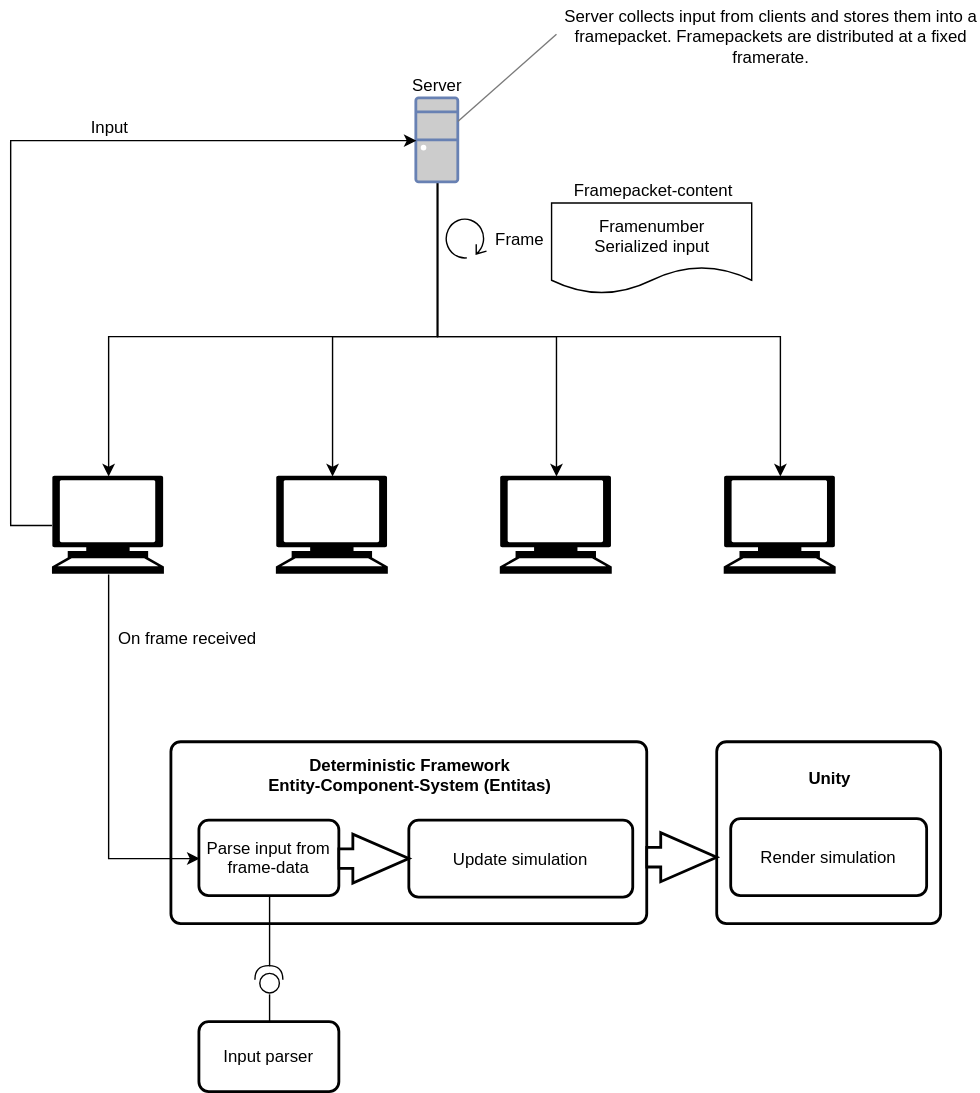
This is Docs/Overview.svg from proepkes/UnityLockstep, a draw.io export, as it was before one commit. Source tidied: cells renumbered, new cells last; positions are measured from the earlier drawing's top-left corner, leaving out a move shared by most shapes.
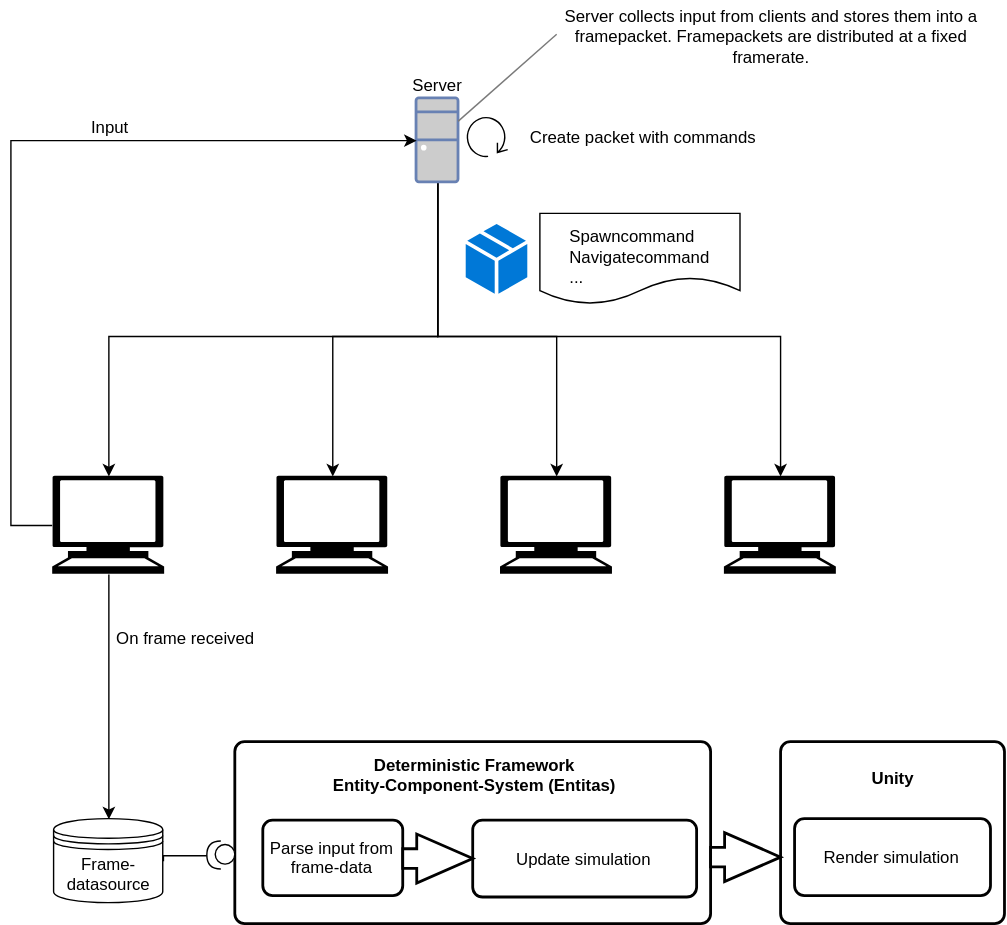
The same file after the commit.

What changed in the source:
```diff
@@ -57,73 +57,64 @@
     <mxCell id="11" style="shape=mxgraph.signs.tech.computer;html=1;fillColor=#000000;strokeColor=none;verticalLabelPosition=bottom;verticalAlign=top;align=center;" parent="1" vertex="1">
       <mxGeometry x="509.5" y="339.5" width="80" height="70" as="geometry" />
     </mxCell>
-    <mxCell id="12" value="Frame" style="text;html=1;strokeColor=none;fillColor=none;align=center;verticalAlign=middle;whiteSpace=wrap;rounded=0;" parent="1" vertex="1">
-      <mxGeometry x="340" y="159.5" width="46" height="20" as="geometry" />
+    <mxCell id="12" value="Create packet with commands" style="text;html=1;strokeColor=none;fillColor=none;align=center;verticalAlign=middle;whiteSpace=wrap;rounded=0;" parent="1" vertex="1">
+      <mxGeometry x="355" y="87" width="194" height="20" as="geometry" />
     </mxCell>
     <mxCell id="13" style="shape=mxgraph.bpmn.loop;html=1;flipH=1;" parent="1" vertex="1">
-      <mxGeometry x="310" y="154.5" width="30" height="30" as="geometry" />
+      <mxGeometry x="325" y="82" width="30" height="30" as="geometry" />
     </mxCell>
     <mxCell id="14" value="Server" style="text;html=1;strokeColor=none;fillColor=none;align=center;verticalAlign=middle;whiteSpace=wrap;rounded=0;" parent="1" vertex="1">
       <mxGeometry x="281.5" y="49.5" width="46" height="20" as="geometry" />
     </mxCell>
     <mxCell id="15" value="On frame received" style="text;html=1;strokeColor=none;fillColor=none;align=center;verticalAlign=middle;whiteSpace=wrap;rounded=0;" parent="1" vertex="1">
-      <mxGeometry x="69.5" y="444.5" width="113" height="20" as="geometry" />
+      <mxGeometry x="70" y="445" width="108" height="20" as="geometry" />
     </mxCell>
     <mxCell id="16" style="rounded=1;whiteSpace=wrap;html=1;absoluteArcSize=1;arcSize=14;strokeWidth=2;" parent="1" vertex="1">
-      <mxGeometry x="114.5" y="529.5" width="340" height="130" as="geometry" />
+      <mxGeometry x="160" y="529.5" width="340" height="130" as="geometry" />
     </mxCell>
-    <mxCell id="17" style="edgeStyle=orthogonalEdgeStyle;rounded=0;jumpStyle=arc;html=1;exitX=0.5;exitY=1;exitDx=0;exitDy=0;entryX=1;entryY=0.5;entryDx=0;entryDy=0;entryPerimeter=0;jettySize=auto;endArrow=none;endFill=0;" parent="1" edge="1" source="18" target="30">
-      <mxGeometry relative="1" as="geometry" />
-    </mxCell>
     <mxCell id="18" value="Parse input from frame-data" style="rounded=1;whiteSpace=wrap;html=1;absoluteArcSize=1;arcSize=14;strokeWidth=2;" parent="1" vertex="1">
-      <mxGeometry x="134.5" y="585.5" width="100" height="54" as="geometry" />
+      <mxGeometry x="180" y="585.5" width="100" height="54" as="geometry" />
     </mxCell>
     <mxCell id="19" value="Update simulation" style="rounded=1;whiteSpace=wrap;html=1;absoluteArcSize=1;arcSize=14;strokeWidth=2;" parent="1" vertex="1">
-      <mxGeometry x="284.5" y="585.5" width="160" height="55" as="geometry" />
+      <mxGeometry x="330" y="585.5" width="160" height="55" as="geometry" />
     </mxCell>
     <mxCell id="20" style="verticalLabelPosition=bottom;verticalAlign=top;html=1;strokeWidth=2;shape=mxgraph.arrows2.arrow;dy=0.6;dx=40;notch=0;" parent="1" vertex="1">
-      <mxGeometry x="234.5" y="595.5" width="50" height="35" as="geometry" />
+      <mxGeometry x="280" y="595.5" width="50" height="35" as="geometry" />
     </mxCell>
     <mxCell id="21" value="&lt;b&gt;Deterministic Framework&lt;br&gt;Entity-Component-System (Entitas)&lt;/b&gt;" style="text;html=1;strokeColor=none;fillColor=none;align=center;verticalAlign=middle;whiteSpace=wrap;rounded=0;" parent="1" vertex="1">
-      <mxGeometry x="115" y="538" width="341" height="29" as="geometry" />
+      <mxGeometry x="160.5" y="538" width="341" height="29" as="geometry" />
     </mxCell>
     <mxCell id="22" style="rounded=1;whiteSpace=wrap;html=1;absoluteArcSize=1;arcSize=14;strokeWidth=2;" parent="1" vertex="1">
-      <mxGeometry x="504.5" y="529.5" width="160" height="130" as="geometry" />
+      <mxGeometry x="550" y="529.5" width="160" height="130" as="geometry" />
     </mxCell>
     <mxCell id="23" value="&lt;b&gt;Unity&lt;/b&gt;&lt;br&gt;" style="text;html=1;strokeColor=none;fillColor=none;align=center;verticalAlign=middle;whiteSpace=wrap;rounded=0;" parent="1" vertex="1">
-      <mxGeometry x="504.5" y="544.5" width="160" height="20" as="geometry" />
+      <mxGeometry x="550" y="544.5" width="160" height="20" as="geometry" />
     </mxCell>
     <mxCell id="24" style="verticalLabelPosition=bottom;verticalAlign=top;html=1;strokeWidth=2;shape=mxgraph.arrows2.arrow;dy=0.6;dx=40;notch=0;" parent="1" vertex="1">
-      <mxGeometry x="454.5" y="594.5" width="50" height="35" as="geometry" />
+      <mxGeometry x="500" y="594.5" width="50" height="35" as="geometry" />
     </mxCell>
     <mxCell id="25" value="Render simulation" style="rounded=1;whiteSpace=wrap;html=1;absoluteArcSize=1;arcSize=14;strokeWidth=2;" parent="1" vertex="1">
-      <mxGeometry x="514.5" y="584.5" width="140" height="55" as="geometry" />
+      <mxGeometry x="560" y="584.5" width="140" height="55" as="geometry" />
     </mxCell>
-    <mxCell id="26" value="&lt;span style=&quot;text-align: left&quot;&gt;Framenumber&lt;/span&gt;&lt;br&gt;&lt;span style=&quot;text-align: left&quot;&gt;Serialized input&lt;/span&gt;&lt;br&gt;" style="shape=document;whiteSpace=wrap;html=1;boundedLbl=1;" parent="1" vertex="1">
-      <mxGeometry x="386.5" y="144.5" width="143" height="65" as="geometry" />
+    <mxCell id="26" value="&lt;div style=&quot;text-align: left&quot;&gt;&lt;span&gt;&lt;br&gt;&lt;/span&gt;&lt;/div&gt;&lt;div style=&quot;text-align: left&quot;&gt;&lt;span&gt;Spawncommand&lt;/span&gt;&lt;/div&gt;&lt;div style=&quot;text-align: left&quot;&gt;Navigatecommand&lt;/div&gt;&lt;div style=&quot;text-align: left&quot;&gt;...&lt;/div&gt;" style="shape=document;whiteSpace=wrap;html=1;boundedLbl=1;" parent="1" vertex="1">
+      <mxGeometry x="378" y="152" width="143" height="65" as="geometry" />
     </mxCell>
-    <mxCell id="27" value="Framepacket-content" style="text;html=1;strokeColor=none;fillColor=none;align=center;verticalAlign=middle;whiteSpace=wrap;rounded=0;" parent="1" vertex="1">
-      <mxGeometry x="386.5" y="124.5" width="143" height="20" as="geometry" />
-    </mxCell>
     <mxCell id="28" value="Input" style="text;html=1;strokeColor=none;fillColor=none;align=center;verticalAlign=middle;whiteSpace=wrap;rounded=0;" parent="1" vertex="1">
       <mxGeometry x="49.5" y="79.5" width="40" height="20" as="geometry" />
     </mxCell>
-    <mxCell id="29" style="edgeStyle=orthogonalEdgeStyle;rounded=0;jumpStyle=arc;html=1;exitX=0.5;exitY=1;exitDx=0;exitDy=0;exitPerimeter=0;entryX=0;entryY=0.5;entryDx=0;entryDy=0;jettySize=auto;" parent="1" edge="1" source="8" target="18">
+    <mxCell id="29" style="edgeStyle=orthogonalEdgeStyle;rounded=0;jumpStyle=arc;html=1;exitX=0.5;exitY=1;exitDx=0;exitDy=0;exitPerimeter=0;jettySize=auto;entryX=0.5;entryY=0;entryDx=0;entryDy=0;" parent="1" edge="1" source="8" target="37">
       <mxGeometry relative="1" as="geometry">
         <Array as="points">
-          <mxPoint x="69.5" y="612.5" />
+          <mxPoint x="70" y="580" />
         </Array>
       </mxGeometry>
     </mxCell>
+    <mxCell id="35" style="edgeStyle=orthogonalEdgeStyle;rounded=0;html=1;exitX=1;exitY=0.5;exitDx=0;exitDy=0;exitPerimeter=0;entryX=1;entryY=0.5;entryDx=0;entryDy=0;endArrow=none;endFill=0;jettySize=auto;" parent="1" edge="1" source="30" target="37">
+      <mxGeometry relative="1" as="geometry" />
+    </mxCell>
-    <mxCell id="30" style="shape=providedRequiredInterface;html=1;verticalLabelPosition=bottom;rotation=-90;" parent="1" vertex="1">
-      <mxGeometry x="174.5" y="689.5" width="20" height="20" as="geometry" />
+    <mxCell id="30" style="shape=providedRequiredInterface;html=1;verticalLabelPosition=bottom;rotation=180;" parent="1" vertex="1">
+      <mxGeometry x="140" y="600.5" width="20" height="20" as="geometry" />
     </mxCell>
-    <mxCell id="31" style="edgeStyle=orthogonalEdgeStyle;rounded=0;jumpStyle=arc;html=1;entryX=0;entryY=0.5;entryDx=0;entryDy=0;entryPerimeter=0;endArrow=none;endFill=0;jettySize=auto;" parent="1" edge="1" source="32" target="30">
-      <mxGeometry relative="1" as="geometry" />
-    </mxCell>
-    <mxCell id="32" value="Input parser" style="rounded=1;whiteSpace=wrap;html=1;absoluteArcSize=1;arcSize=14;strokeWidth=2;" parent="1" vertex="1">
-      <mxGeometry x="134.5" y="729.5" width="100" height="50" as="geometry" />
-    </mxCell>
     <mxCell id="33" style="endArrow=none;html=1;strokeColor=#7A7A7A;" parent="1" edge="1" source="6">
       <mxGeometry relative="1" as="geometry">
         <mxPoint x="390" y="24" as="targetPoint" />
@@ -132,5 +123,11 @@
     <mxCell id="34" value="Server collects input from clients and stores them into a framepacket. Framepackets are distributed at a fixed framerate." style="text;html=1;strokeColor=none;fillColor=none;align=center;verticalAlign=middle;whiteSpace=wrap;rounded=0;" parent="1" vertex="1">
       <mxGeometry x="395" y="0.5" width="297" height="49" as="geometry" />
     </mxCell>
+    <mxCell id="36" style="shadow=0;dashed=0;html=1;strokeColor=none;labelPosition=center;verticalLabelPosition=bottom;verticalAlign=top;align=center;shape=mxgraph.mscae.cloud.service_package;fillColor=#0078D7;" parent="1" vertex="1">
+      <mxGeometry x="325" y="159.5" width="44" height="50" as="geometry" />
+    </mxCell>
+    <mxCell id="37" value="Frame-&lt;br&gt;datasource&lt;br&gt;" style="shape=datastore;whiteSpace=wrap;html=1;" parent="1" vertex="1">
+      <mxGeometry x="30.5" y="584.5" width="78" height="60" as="geometry" />
+    </mxCell>
   </root>
 </mxGraphModel>
```
